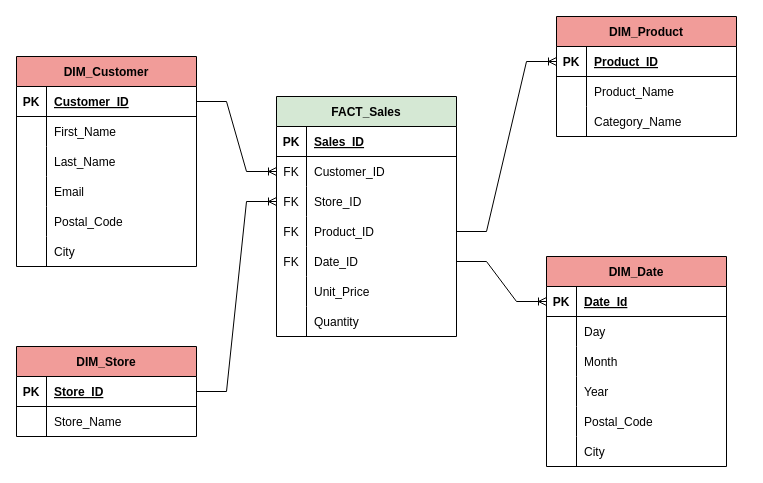
The draw.io diagram page "Dimensional" (3 of 4) of Modelado DW.drawio in DataToffer/Data_Vault, before the edit. Source tidied: cells renumbered, new cells numbered last; positions are measured from the earlier drawing's top-left corner, leaving out a move shared by most shapes. Both pictures are drawn from the tidied source at 100%, with x=0, y=0 at pixel (16, 16).
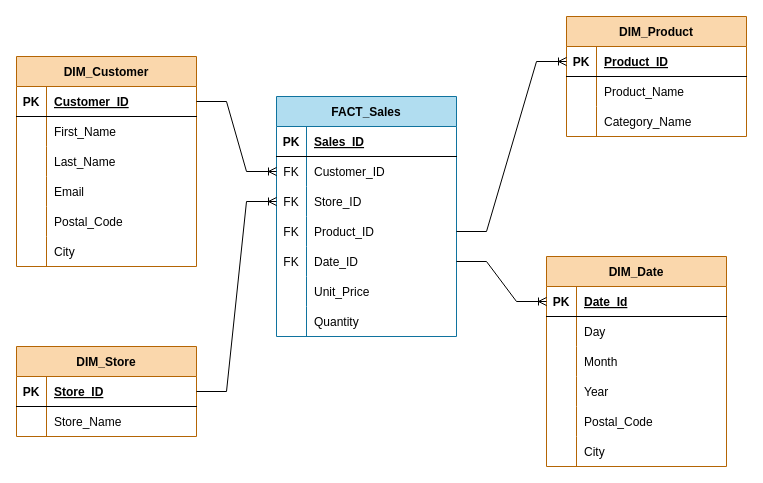
After the change.

Change to the diagram source:
```diff
@@
-    <mxCell id="2" value="DIM_Customer" style="shape=table;startSize=30;childLayout=tableLayout;rowLines=0;fontStyle=1;align=center;fillColor=#F19C99;" parent="1" vertex="1">
+    <mxCell id="2" value="DIM_Customer" style="shape=table;startSize=30;childLayout=tableLayout;rowLines=0;fontStyle=1;align=center;fillColor=#fad7ac;strokeColor=#b46504;" parent="1" vertex="1">
       <mxGeometry y="40" width="180" height="210" as="geometry" />
     </mxCell>
@@
-    <mxCell id="21" value="DIM_Store" style="shape=table;startSize=30;childLayout=tableLayout;rowLines=0;fontStyle=1;align=center;fillColor=#F19C99;" parent="1" vertex="1">
+    <mxCell id="21" value="DIM_Store" style="shape=table;startSize=30;childLayout=tableLayout;rowLines=0;fontStyle=1;align=center;fillColor=#fad7ac;strokeColor=#b46504;" parent="1" vertex="1">
       <mxGeometry y="330" width="180" height="90" as="geometry" />
     </mxCell>
@@
-    <mxCell id="28" value="DIM_Product" style="shape=table;startSize=30;childLayout=tableLayout;rowLines=0;fontStyle=1;align=center;fillColor=#F19C99;" parent="1" vertex="1">
-      <mxGeometry x="540" width="180" height="120" as="geometry" />
+    <mxCell id="28" value="DIM_Product" style="shape=table;startSize=30;childLayout=tableLayout;rowLines=0;fontStyle=1;align=center;fillColor=#fad7ac;strokeColor=#b46504;" parent="1" vertex="1">
+      <mxGeometry x="550" width="180" height="120" as="geometry" />
     </mxCell>
@@
-    <mxCell id="38" value="FACT_Sales" style="shape=table;startSize=30;childLayout=tableLayout;rowLines=0;fontStyle=1;align=center;fillColor=#D5E8D4;" parent="1" vertex="1">
+    <mxCell id="38" value="FACT_Sales" style="shape=table;startSize=30;childLayout=tableLayout;rowLines=0;fontStyle=1;align=center;fillColor=#b1ddf0;strokeColor=#10739e;" parent="1" vertex="1">
       <mxGeometry x="260" y="80" width="180" height="240" as="geometry" />
     </mxCell>
@@
-    <mxCell id="60" value="DIM_Date" style="shape=table;startSize=30;childLayout=tableLayout;rowLines=0;fontStyle=1;align=center;fillColor=#F19C99;" parent="1" vertex="1">
+    <mxCell id="60" value="DIM_Date" style="shape=table;startSize=30;childLayout=tableLayout;rowLines=0;fontStyle=1;align=center;fillColor=#fad7ac;strokeColor=#b46504;" parent="1" vertex="1">
       <mxGeometry x="530" y="240" width="180" height="210" as="geometry" />
     </mxCell>
```
